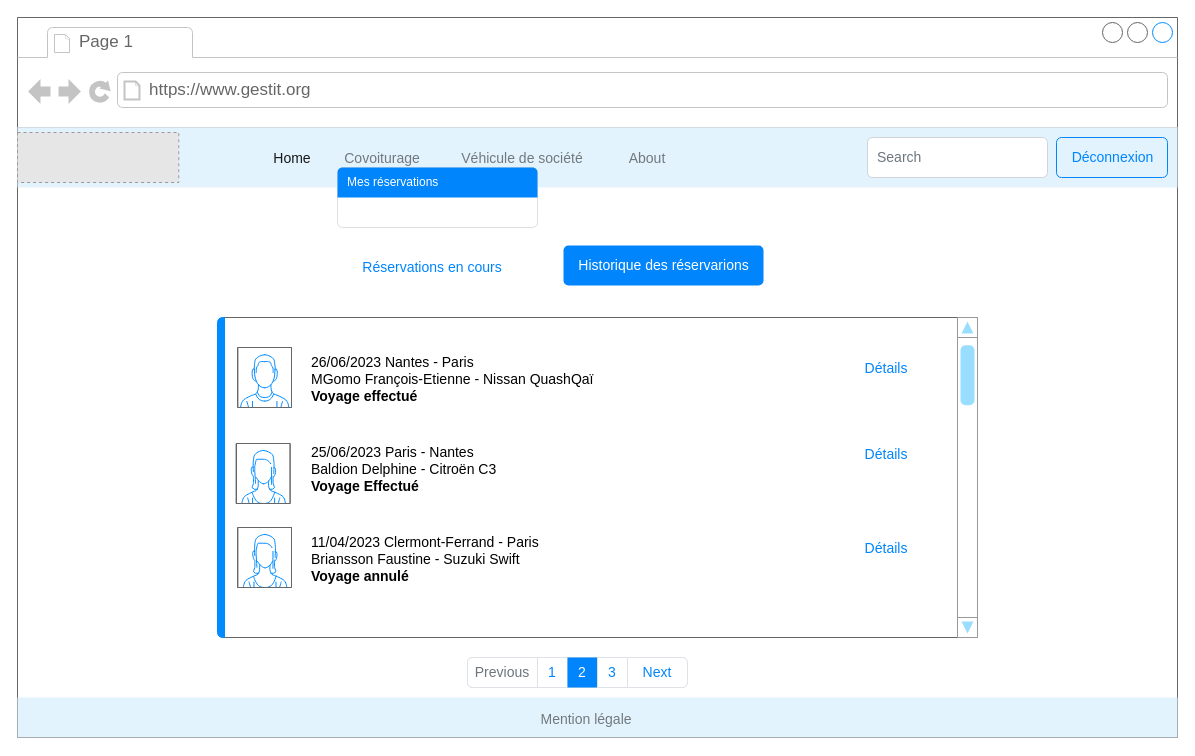
This is page "covoiturage_visualiser_historique" (6 of 7) of UI_UX/maquette-4.drawio.xml from SI-Gestion-des-transports/GESTIT_conception, a draw.io file, before an edit. Source tidied: cells renumbered, new cells numbered last; positions are measured from the earlier drawing's top-left corner, leaving out a move shared by most shapes. Both pictures are drawn from the tidied source at 100%, with x=0, y=0 at pixel (17, 17). Pictures stored in the file or linked from it are replaced by grey dashed boxes.
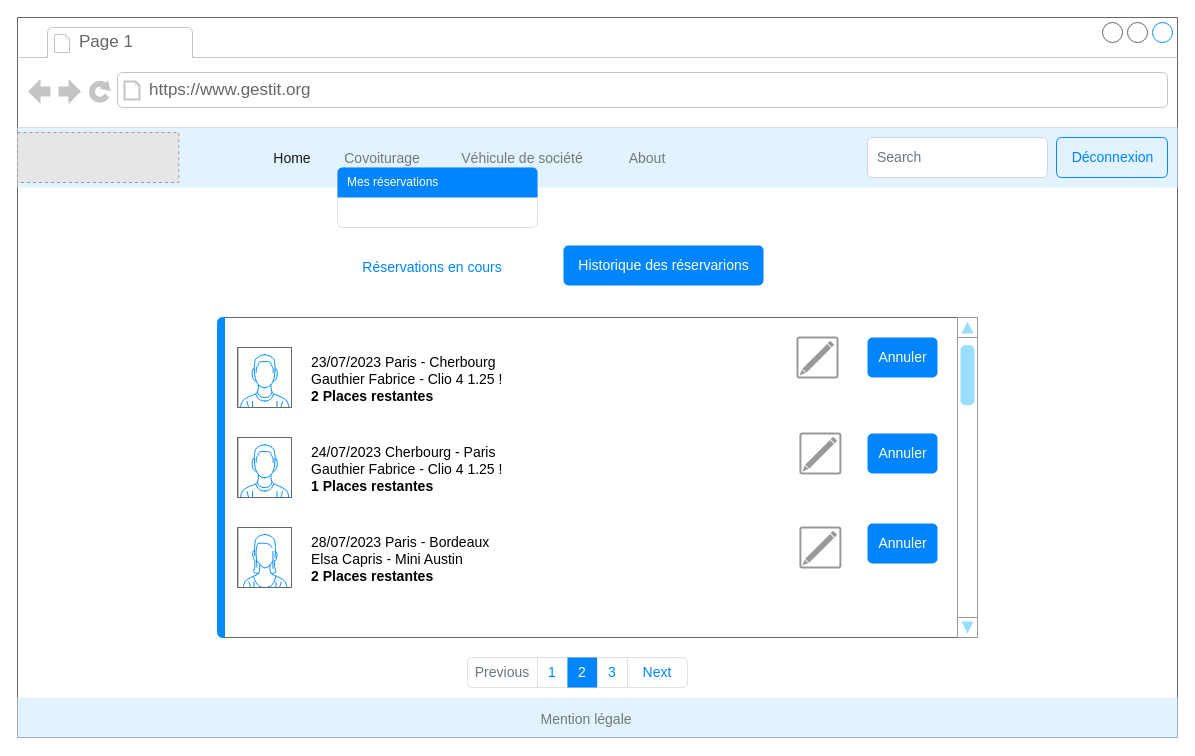
Above is the later version.

Unchanged cells that the change refers to:
```xml
<mxCell id="2" style="group;" parent="1" vertex="1">
  <mxGeometry width="1160" height="720" as="geometry" />
</mxCell>
<mxCell id="25" style="strokeWidth=1;shadow=0;dashed=0;align=center;html=1;shape=mxgraph.mockup.containers.marginRect2;rectMarginLeft=67;strokeColor=#666666;gradientColor=none;whiteSpace=wrap;" parent="3" vertex="1">
  <mxGeometry x="140" y="300" width="800" height="320" as="geometry" />
</mxCell>
```

Change to the diagram source:
```diff
@@
-    <mxCell id="27" value="26/06/2023 Nantes - Paris&lt;br&gt;MGomo François-Etienne - Nissan QuashQaï&lt;br&gt;&lt;b&gt;Voyage effectué&lt;/b&gt;" style="strokeColor=none;fillColor=none;fontColor=#000000;perimeter=none;whiteSpace=wrap;align=left;spacing=2;fontSize=14;verticalAlign=top;html=1;" parent="25" vertex="1">
+    <mxCell id="27" value="23/07/2023 Paris - Cherbourg&lt;br&gt;Gauthier Fabrice - Clio 4 1.25 !&lt;b&gt;&lt;br&gt;2 Places restantes&lt;/b&gt;" style="strokeColor=none;fillColor=none;fontColor=#000000;perimeter=none;whiteSpace=wrap;align=left;spacing=2;fontSize=14;verticalAlign=top;html=1;" parent="25" vertex="1">
       <mxGeometry x="151.8" y="30" width="491.1" height="90" as="geometry" />
     </mxCell>
@@
+    <mxCell id="39" style="verticalLabelPosition=bottom;shadow=0;dashed=0;align=center;html=1;verticalAlign=top;strokeWidth=1;shape=mxgraph.mockup.containers.userMale;strokeColor=#666666;strokeColor2=#008cff;" parent="25" vertex="1">
+      <mxGeometry x="80.4" y="120" width="53.6" height="60" as="geometry" />
+    </mxCell>
-    <mxCell id="29" value="25/06/2023 Paris - Nantes&lt;br&gt;Baldion Delphine - Citroën C3&lt;b&gt;&lt;br&gt;Voyage Effectué&lt;br&gt;&lt;/b&gt;" style="strokeColor=none;fillColor=none;fontColor=#000000;perimeter=none;whiteSpace=wrap;align=left;spacing=2;fontSize=14;verticalAlign=top;html=1;" parent="25" vertex="1">
+    <mxCell id="29" value="24/07/2023 Cherbourg - Paris&lt;br&gt;Gauthier Fabrice - Clio 4 1.25 !&lt;b&gt;&lt;br&gt;1 Places restantes&lt;/b&gt;" style="strokeColor=none;fillColor=none;fontColor=#000000;perimeter=none;whiteSpace=wrap;align=left;spacing=2;fontSize=14;verticalAlign=top;html=1;" parent="25" vertex="1">
       <mxGeometry x="151.8" y="120" width="526.8" height="90" as="geometry" />
     </mxCell>
@@
-    <mxCell id="31" value="11/04/2023 Clermont-Ferrand - Paris&lt;br&gt;Briansson Faustine - Suzuki Swift&amp;nbsp; &lt;b&gt;&lt;br&gt;Voyage annulé&lt;br&gt;&lt;/b&gt;" style="strokeColor=none;fillColor=none;fontColor=#000000;perimeter=none;whiteSpace=wrap;align=left;spacing=2;fontSize=14;verticalAlign=top;html=1;" parent="25" vertex="1">
+    <mxCell id="31" value="28/07/2023 Paris - Bordeaux&lt;br&gt;Elsa Capris - Mini Austin&amp;nbsp; &lt;b&gt;&lt;br&gt;2 Places restantes&lt;/b&gt;" style="strokeColor=none;fillColor=none;fontColor=#000000;perimeter=none;whiteSpace=wrap;align=left;spacing=2;fontSize=14;verticalAlign=top;html=1;" parent="25" vertex="1">
       <mxGeometry x="151.8" y="210" width="517.9" height="90" as="geometry" />
     </mxCell>
-    <mxCell id="32" value="Détails" style="fillColor=none;strokeColor=none;fontSize=14;fontColor=#0085FC;" parent="25" vertex="1">
-      <mxGeometry x="699" y="30" width="60" height="40" as="geometry" />
-    </mxCell>
-    <mxCell id="33" value="Détails" style="fillColor=none;strokeColor=none;fontSize=14;fontColor=#0085FC;" parent="25" vertex="1">
-      <mxGeometry x="699" y="210" width="60" height="40" as="geometry" />
-    </mxCell>
+    <mxCell id="40" style="strokeColor=#999999;verticalLabelPosition=bottom;shadow=0;dashed=0;verticalAlign=top;strokeWidth=2;html=1;shape=mxgraph.mockup.misc.editIcon;" parent="25" vertex="1">
+      <mxGeometry x="642.9" y="116" width="40" height="40" as="geometry" />
+    </mxCell>
+    <mxCell id="41" value="Annuler" style="html=1;shadow=0;dashed=0;shape=mxgraph.bootstrap.rrect;rSize=5;fillColor=#0085FC;strokeColor=none;align=center;spacing=15;fontSize=14;fontColor=#ffffff;" parent="25" vertex="1">
+      <mxGeometry x="710" y="116" width="70" height="40" as="geometry" />
+    </mxCell>
+    <mxCell id="42" style="strokeColor=#999999;verticalLabelPosition=bottom;shadow=0;dashed=0;verticalAlign=top;strokeWidth=2;html=1;shape=mxgraph.mockup.misc.editIcon;" parent="25" vertex="1">
+      <mxGeometry x="642.9" y="210" width="40" height="40" as="geometry" />
+    </mxCell>
@@
+    <mxCell id="43" style="strokeColor=#999999;verticalLabelPosition=bottom;shadow=0;dashed=0;verticalAlign=top;strokeWidth=2;html=1;shape=mxgraph.mockup.misc.editIcon;" parent="2" vertex="1">
+      <mxGeometry x="780" y="320" width="40" height="40" as="geometry" />
+    </mxCell>
+    <mxCell id="44" value="Annuler" style="html=1;shadow=0;dashed=0;shape=mxgraph.bootstrap.rrect;rSize=5;fillColor=#0085FC;strokeColor=none;align=center;spacing=15;fontSize=14;fontColor=#ffffff;" parent="2" vertex="1">
+      <mxGeometry x="850" y="506" width="70" height="40" as="geometry" />
+    </mxCell>
+    <mxCell id="45" value="Annuler" style="html=1;shadow=0;dashed=0;shape=mxgraph.bootstrap.rrect;rSize=5;fillColor=#0085FC;strokeColor=none;align=center;spacing=15;fontSize=14;fontColor=#ffffff;" parent="2" vertex="1">
+      <mxGeometry x="850" y="320" width="70" height="40" as="geometry" />
+    </mxCell>
@@
-    <mxCell id="37" style="verticalLabelPosition=bottom;shadow=0;dashed=0;align=center;html=1;verticalAlign=top;strokeWidth=1;shape=mxgraph.mockup.containers.userFemale;strokeColor=#666666;strokeColor2=#008cff;" parent="2" vertex="1">
-      <mxGeometry x="219" y="426" width="53.6" height="60" as="geometry" />
-    </mxCell>
-    <mxCell id="38" value="Détails" style="fillColor=none;strokeColor=none;fontSize=14;fontColor=#0085FC;" parent="2" vertex="1">
-      <mxGeometry x="839" y="416" width="60" height="40" as="geometry" />
-    </mxCell>
```
